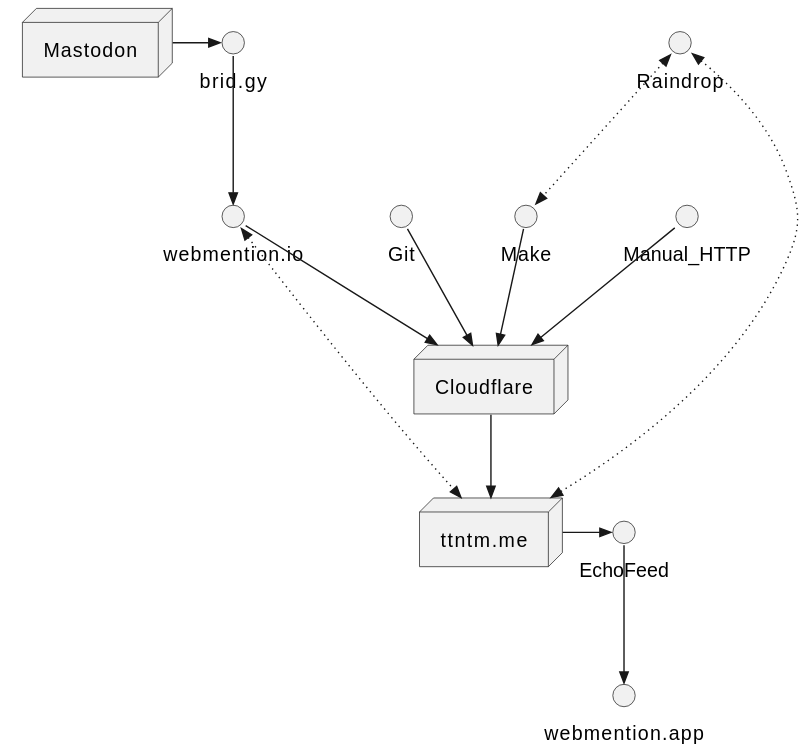
Above: src/static/img/Architecture_ttntm.me.svg in ttntm/ttntm (PlantUML), before the change. Source of this version:
```plantuml
@startuml

  node Cloudflare
  node Mastodon
  node ttntm.me

  Cloudflare -->> ttntm.me
  Git -->> Cloudflare
  Make -->> Cloudflare
  Manual_HTTP -->> Cloudflare
  webmention.io -->> Cloudflare

  brid.gy -->> webmention.io
  Mastodon -right->> brid.gy

  Raindrop <<-[dotted]->> Make
  Raindrop <<-[dotted]->> ttntm.me

  EchoFeed -->> webmention.app
  webmention.io <<-[dotted]->> ttntm.me
  ttntm.me -right->> EchoFeed
@enduml
```
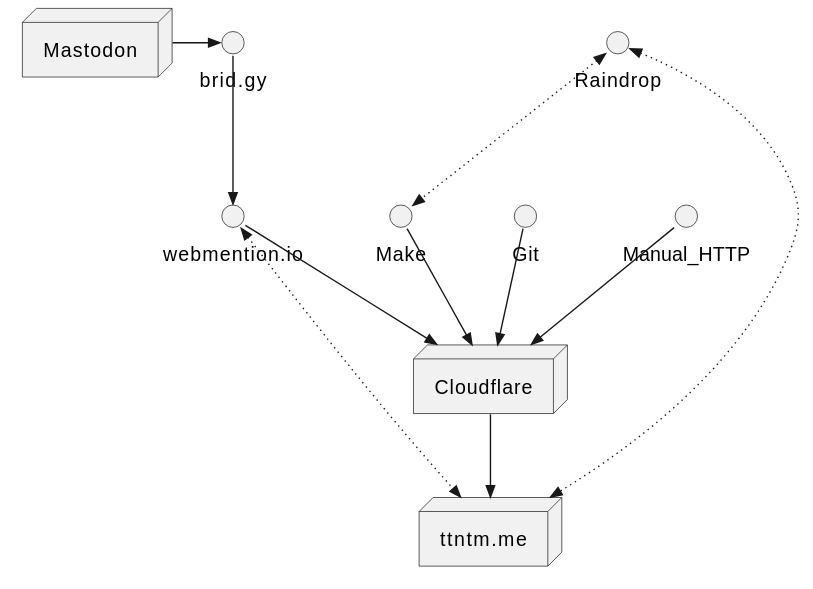
Above is the later version.

The edit, as a diff of the source:
```diff
@@ -16,7 +16,5 @@
   Raindrop <<-[dotted]->> Make
   Raindrop <<-[dotted]->> ttntm.me
 
-  EchoFeed -->> webmention.app
   webmention.io <<-[dotted]->> ttntm.me
-  ttntm.me -right->> EchoFeed
 @enduml
```
